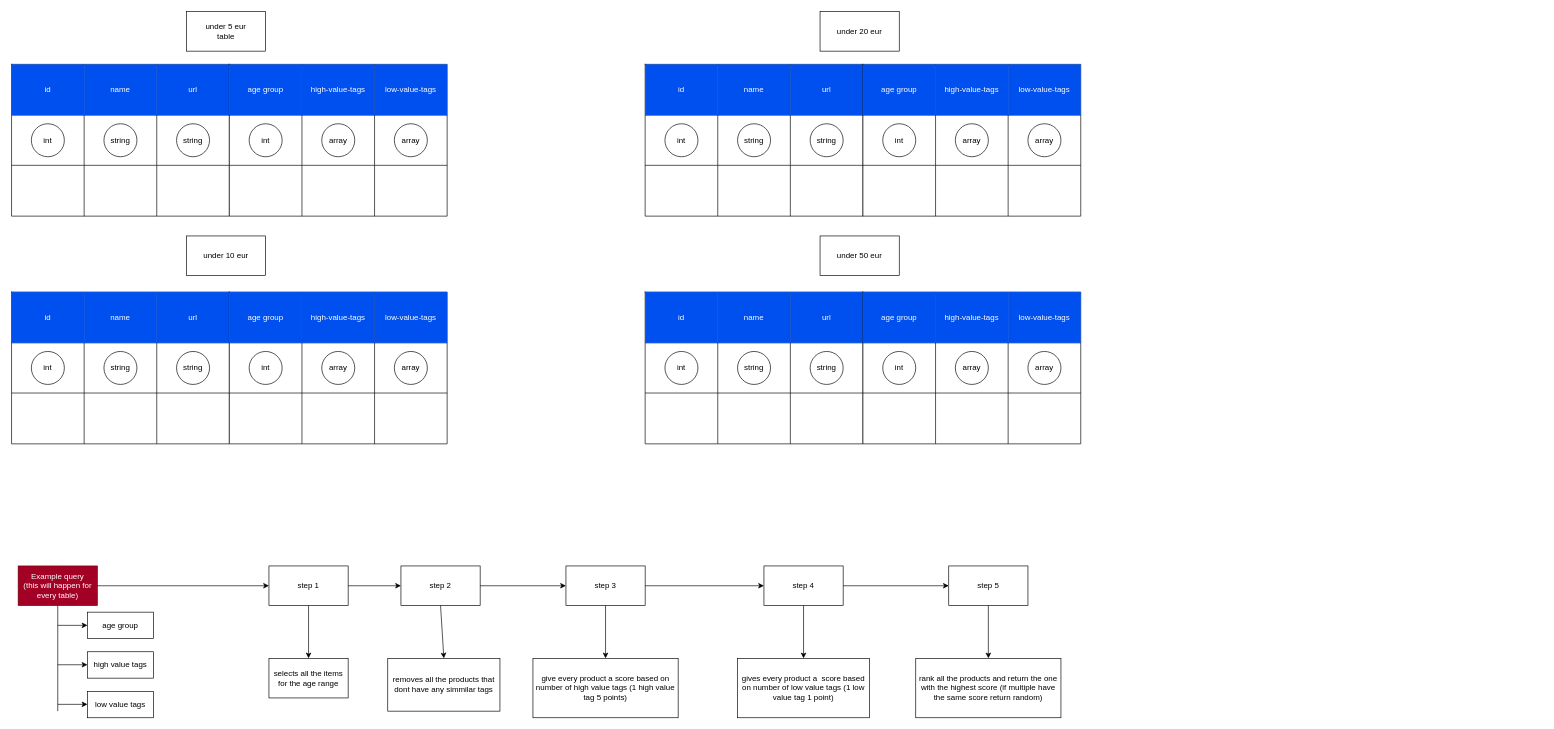
Above: backend/db-model.drawio in smravec/presents-finder (draw.io), before the change. Source tidied: cells renumbered, new cells numbered last; positions are measured from the earlier drawing's top-left corner, leaving out a move shared by most shapes. Both pictures are drawn from the tidied source at 66%, with x=0, y=0 at pixel (11, 11).
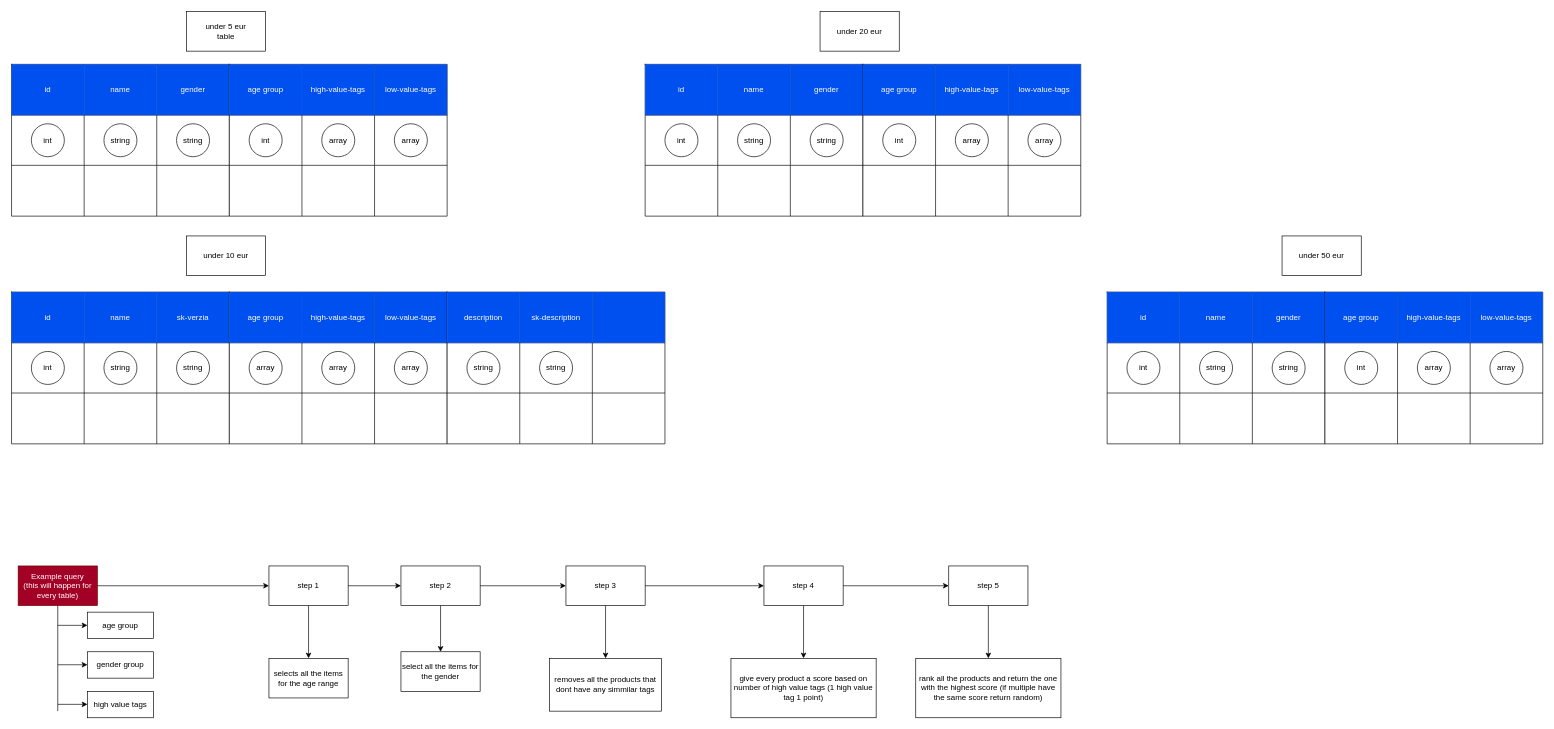
The same diagram, later.

Unchanged cells that the change refers to:
```xml
<mxCell id="5" style="shape=tableRow;horizontal=0;startSize=0;swimlaneHead=0;swimlaneBody=0;top=0;left=0;bottom=0;right=0;fillColor=none;" parent="4" vertex="1">
  <mxGeometry width="330" height="77" as="geometry" />
</mxCell>
<mxCell id="17" style="shape=table;html=1;whiteSpace=wrap;startSize=0;childLayout=tableLayout;" parent="1" vertex="1">
  <mxGeometry x="330" y="425" width="330" height="230" as="geometry" />
</mxCell>
<mxCell id="39" value="step 2" style="rounded=0;whiteSpace=wrap;html=1;" parent="1" vertex="1">
  <mxGeometry x="590" y="840" width="120" height="60" as="geometry" />
</mxCell>
<mxCell id="46" value="step 3" style="rounded=0;whiteSpace=wrap;html=1;" parent="1" vertex="1">
  <mxGeometry x="840" y="840" width="120" height="60" as="geometry" />
</mxCell>
<mxCell id="51" style="shape=tableRow;horizontal=0;startSize=0;swimlaneHead=0;swimlaneBody=0;top=0;left=0;bottom=0;right=0;fillColor=none;" parent="50" vertex="1">
  <mxGeometry width="330" height="77" as="geometry" />
</mxCell>
<mxCell id="90" style="shape=tableRow;horizontal=0;startSize=0;swimlaneHead=0;swimlaneBody=0;top=0;left=0;bottom=0;right=0;fillColor=none;" parent="89" vertex="1">
  <mxGeometry width="330" height="77" as="geometry" />
</mxCell>
<mxCell id="122" style="shape=tableRow;horizontal=0;startSize=0;swimlaneHead=0;swimlaneBody=0;top=0;left=0;bottom=0;right=0;fillColor=none;" parent="121" vertex="1">
  <mxGeometry width="330" height="77" as="geometry" />
</mxCell>
<mxCell id="154" value="step 4" style="rounded=0;whiteSpace=wrap;html=1;" parent="1" vertex="1">
  <mxGeometry x="1140" y="840" width="120" height="60" as="geometry" />
</mxCell>
```

Change to the diagram source:
```diff
@@
-    <mxCell id="8" value="url" style="shape=partialRectangle;html=1;whiteSpace=wrap;fillColor=#0050ef;top=0;left=0;bottom=0;right=0;overflow=hidden;fontColor=#ffffff;strokeColor=#001DBC;" parent="5" vertex="1">
+    <mxCell id="8" value="sk-verzia" style="shape=partialRectangle;html=1;whiteSpace=wrap;fillColor=#0050ef;top=0;left=0;bottom=0;right=0;overflow=hidden;fontColor=#ffffff;strokeColor=#001DBC;" parent="5" vertex="1">
       <mxGeometry x="220" width="110" height="77" as="geometry" />
     </mxCell>
@@
-    <mxCell id="26" style="shape=tableRow;horizontal=0;startSize=0;swimlaneHead=0;swimlaneBody=0;top=0;left=0;bottom=0;right=0;fillColor=none;" parent="17" vertex="1">
+    <mxCell id="26" style="shape=tableRow;horizontal=0;startSize=0;swimlaneHead=0;swimlaneBody=0;top=0;left=0;bottom=0;right=0;fillColor=none;arcSize=15;" parent="17" vertex="1">
       <mxGeometry y="153" width="330" height="77" as="geometry" />
     </mxCell>
@@
-    <mxCell id="33" value="int" style="ellipse;whiteSpace=wrap;html=1;" parent="1" vertex="1">
+    <mxCell id="33" value="array" style="ellipse;whiteSpace=wrap;html=1;" parent="1" vertex="1">
       <mxGeometry x="360" y="515" width="50" height="50" as="geometry" />
     </mxCell>
@@
     <mxCell id="41" value="removes all the products that dont have any simmilar tags" style="rounded=0;whiteSpace=wrap;html=1;" parent="1" vertex="1">
-      <mxGeometry x="570" y="980" width="170" height="80" as="geometry" />
+      <mxGeometry x="815" y="980" width="170" height="80" as="geometry" />
     </mxCell>
@@
-    <mxCell id="44" style="endArrow=classic;html=1;entryX=0.5;entryY=0;entryDx=0;entryDy=0;exitX=0.5;exitY=1;exitDx=0;exitDy=0;" parent="1" edge="1" source="39" target="41">
-      <mxGeometry relative="1" as="geometry" />
+    <mxCell id="44" style="endArrow=classic;html=1;exitX=0.5;exitY=1;exitDx=0;exitDy=0;" parent="1" edge="1" source="39">
+      <mxGeometry relative="1" as="geometry">
+        <mxPoint x="650" y="970" as="targetPoint" />
+      </mxGeometry>
     </mxCell>
@@
-    <mxCell id="47" value="give every product a score based on number of high value tags (1 high value tag 5 points)" style="rounded=0;whiteSpace=wrap;html=1;" parent="1" vertex="1">
-      <mxGeometry x="790" y="980" width="220" height="90" as="geometry" />
+    <mxCell id="47" value="give every product a score based on number of high value tags (1 high value tag 1 point)" style="rounded=0;whiteSpace=wrap;html=1;" parent="1" vertex="1">
+      <mxGeometry x="1090" y="980" width="220" height="90" as="geometry" />
     </mxCell>
     <mxCell id="48" value="under 50 eur" style="rounded=0;whiteSpace=wrap;html=1;" parent="1" vertex="1">
-      <mxGeometry x="1225" y="340" width="120" height="60" as="geometry" />
+      <mxGeometry x="1925" y="340" width="120" height="60" as="geometry" />
     </mxCell>
@@
     <mxCell id="50" style="shape=table;html=1;whiteSpace=wrap;startSize=0;childLayout=tableLayout;" parent="1" vertex="1">
-      <mxGeometry x="960" y="425" width="330" height="230" as="geometry" />
+      <mxGeometry x="1660" y="425" width="330" height="230" as="geometry" />
     </mxCell>
@@
-    <mxCell id="54" value="url" style="shape=partialRectangle;html=1;whiteSpace=wrap;fillColor=#0050ef;top=0;left=0;bottom=0;right=0;overflow=hidden;fontColor=#ffffff;strokeColor=#001DBC;" parent="51" vertex="1">
+    <mxCell id="54" value="gender" style="shape=partialRectangle;html=1;whiteSpace=wrap;fillColor=#0050ef;top=0;left=0;bottom=0;right=0;overflow=hidden;fontColor=#ffffff;strokeColor=#001DBC;" parent="51" vertex="1">
       <mxGeometry x="220" width="110" height="77" as="geometry" />
     </mxCell>
@@
     <mxCell id="63" style="shape=table;html=1;whiteSpace=wrap;startSize=0;childLayout=tableLayout;" parent="1" vertex="1">
-      <mxGeometry x="1290" y="425" width="330" height="230" as="geometry" />
+      <mxGeometry x="1990" y="425" width="330" height="230" as="geometry" />
     </mxCell>
@@
     <mxCell id="76" value="int" style="ellipse;whiteSpace=wrap;html=1;" parent="1" vertex="1">
-      <mxGeometry x="990" y="515" width="50" height="50" as="geometry" />
+      <mxGeometry x="1690" y="515" width="50" height="50" as="geometry" />
     </mxCell>
     <mxCell id="77" value="string" style="ellipse;whiteSpace=wrap;html=1;" parent="1" vertex="1">
-      <mxGeometry x="1100" y="515" width="50" height="50" as="geometry" />
+      <mxGeometry x="1800" y="515" width="50" height="50" as="geometry" />
     </mxCell>
     <mxCell id="78" value="string" style="ellipse;whiteSpace=wrap;html=1;" parent="1" vertex="1">
-      <mxGeometry x="1210" y="515" width="50" height="50" as="geometry" />
+      <mxGeometry x="1910" y="515" width="50" height="50" as="geometry" />
     </mxCell>
     <mxCell id="79" value="int" style="ellipse;whiteSpace=wrap;html=1;" parent="1" vertex="1">
-      <mxGeometry x="1320" y="515" width="50" height="50" as="geometry" />
+      <mxGeometry x="2020" y="515" width="50" height="50" as="geometry" />
     </mxCell>
     <mxCell id="80" value="array" style="ellipse;whiteSpace=wrap;html=1;" parent="1" vertex="1">
-      <mxGeometry x="1430" y="515" width="50" height="50" as="geometry" />
+      <mxGeometry x="2130" y="515" width="50" height="50" as="geometry" />
     </mxCell>
     <mxCell id="81" value="array" style="ellipse;whiteSpace=wrap;html=1;" parent="1" vertex="1">
-      <mxGeometry x="1540" y="515" width="50" height="50" as="geometry" />
+      <mxGeometry x="2240" y="515" width="50" height="50" as="geometry" />
     </mxCell>
@@
     <mxCell id="84" value="high value tags" style="rounded=0;whiteSpace=wrap;html=1;" parent="1" vertex="1">
-      <mxGeometry x="115" y="970" width="100" height="40" as="geometry" />
+      <mxGeometry x="115" y="1030" width="100" height="40" as="geometry" />
     </mxCell>
-    <mxCell id="85" value="low value tags" style="rounded=0;whiteSpace=wrap;html=1;" parent="1" vertex="1">
-      <mxGeometry x="115" y="1030" width="100" height="40" as="geometry" />
+    <mxCell id="85" value="gender group" style="rounded=0;whiteSpace=wrap;html=1;" parent="1" vertex="1">
+      <mxGeometry x="115" y="970" width="100" height="40" as="geometry" />
     </mxCell>
@@
-    <mxCell id="93" value="url" style="shape=partialRectangle;html=1;whiteSpace=wrap;fillColor=#0050ef;top=0;left=0;bottom=0;right=0;overflow=hidden;fontColor=#ffffff;strokeColor=#001DBC;" parent="90" vertex="1">
+    <mxCell id="93" value="gender" style="shape=partialRectangle;html=1;whiteSpace=wrap;fillColor=#0050ef;top=0;left=0;bottom=0;right=0;overflow=hidden;fontColor=#ffffff;strokeColor=#001DBC;" parent="90" vertex="1">
       <mxGeometry x="220" width="110" height="77" as="geometry" />
     </mxCell>
@@
-    <mxCell id="125" value="url" style="shape=partialRectangle;html=1;whiteSpace=wrap;fillColor=#0050ef;top=0;left=0;bottom=0;right=0;overflow=hidden;fontColor=#ffffff;strokeColor=#001DBC;" parent="122" vertex="1">
+    <mxCell id="125" value="gender" style="shape=partialRectangle;html=1;whiteSpace=wrap;fillColor=#0050ef;top=0;left=0;bottom=0;right=0;overflow=hidden;fontColor=#ffffff;strokeColor=#001DBC;" parent="122" vertex="1">
       <mxGeometry x="220" width="110" height="77" as="geometry" />
     </mxCell>
@@
-    <mxCell id="153" style="endArrow=classic;html=1;exitX=0.5;exitY=1;exitDx=0;exitDy=0;entryX=0.5;entryY=0;entryDx=0;entryDy=0;" parent="1" edge="1" source="46" target="47">
-      <mxGeometry relative="1" as="geometry" />
+    <mxCell id="153" style="endArrow=classic;html=1;exitX=0.5;exitY=1;exitDx=0;exitDy=0;" parent="1" edge="1" source="46">
+      <mxGeometry relative="1" as="geometry">
+        <mxPoint x="900" y="980" as="targetPoint" />
+      </mxGeometry>
     </mxCell>
@@
-    <mxCell id="155" value="gives every product a&amp;nbsp; score based on number of low value tags (1 low value tag 1 point)" style="rounded=0;whiteSpace=wrap;html=1;" parent="1" vertex="1">
-      <mxGeometry x="1100" y="980" width="200" height="90" as="geometry" />
-    </mxCell>
-    <mxCell id="156" style="endArrow=classic;html=1;exitX=0.5;exitY=1;exitDx=0;exitDy=0;entryX=0.5;entryY=0;entryDx=0;entryDy=0;" parent="1" edge="1" source="154" target="155">
-      <mxGeometry relative="1" as="geometry" />
+    <mxCell id="156" style="endArrow=classic;html=1;exitX=0.5;exitY=1;exitDx=0;exitDy=0;entryX=0.5;entryY=0;entryDx=0;entryDy=0;" parent="1" edge="1" source="154">
+      <mxGeometry relative="1" as="geometry">
+        <mxPoint x="1200" y="980" as="targetPoint" />
+      </mxGeometry>
     </mxCell>
@@
+    <mxCell id="162" value="select all the items for the gender" style="rounded=0;whiteSpace=wrap;html=1;" parent="1" vertex="1">
+      <mxGeometry x="590" y="970" width="120" height="60" as="geometry" />
+    </mxCell>
+    <mxCell id="163" style="shape=table;html=1;whiteSpace=wrap;startSize=0;childLayout=tableLayout;" parent="1" vertex="1">
+      <mxGeometry x="660" y="425" width="330" height="230" as="geometry" />
+    </mxCell>
+    <mxCell id="164" style="shape=tableRow;horizontal=0;startSize=0;swimlaneHead=0;swimlaneBody=0;top=0;left=0;bottom=0;right=0;fillColor=none;" parent="163" vertex="1">
+      <mxGeometry width="330" height="77" as="geometry" />
+    </mxCell>
+    <mxCell id="165" value="description" style="shape=partialRectangle;html=1;whiteSpace=wrap;fillColor=#0050ef;top=0;left=0;bottom=0;right=0;overflow=hidden;fontColor=#ffffff;strokeColor=#001DBC;" parent="164" vertex="1">
+      <mxGeometry width="110" height="77" as="geometry" />
+    </mxCell>
+    <mxCell id="166" value="sk-description" style="shape=partialRectangle;html=1;whiteSpace=wrap;fillColor=#0050ef;top=0;left=0;bottom=0;right=0;overflow=hidden;fontColor=#ffffff;strokeColor=#001DBC;" parent="164" vertex="1">
+      <mxGeometry x="110" width="110" height="77" as="geometry" />
+    </mxCell>
+    <mxCell id="167" style="shape=partialRectangle;html=1;whiteSpace=wrap;fillColor=#0050ef;top=0;left=0;bottom=0;right=0;overflow=hidden;fontColor=#ffffff;strokeColor=#001DBC;" parent="164" vertex="1">
+      <mxGeometry x="220" width="110" height="77" as="geometry" />
+    </mxCell>
+    <mxCell id="168" style="shape=tableRow;horizontal=0;startSize=0;swimlaneHead=0;swimlaneBody=0;top=0;left=0;bottom=0;right=0;fillColor=none;" parent="163" vertex="1">
+      <mxGeometry y="77" width="330" height="76" as="geometry" />
+    </mxCell>
+    <mxCell id="169" style="shape=partialRectangle;html=1;whiteSpace=wrap;fillColor=none;top=0;left=0;bottom=0;right=0;overflow=hidden;" parent="168" vertex="1">
+      <mxGeometry width="110" height="76" as="geometry" />
+    </mxCell>
+    <mxCell id="170" style="shape=partialRectangle;html=1;whiteSpace=wrap;fillColor=none;top=0;left=0;bottom=0;right=0;overflow=hidden;" parent="168" vertex="1">
+      <mxGeometry x="110" width="110" height="76" as="geometry" />
+    </mxCell>
+    <mxCell id="171" style="shape=partialRectangle;html=1;whiteSpace=wrap;fillColor=none;top=0;left=0;bottom=0;right=0;overflow=hidden;" parent="168" vertex="1">
+      <mxGeometry x="220" width="110" height="76" as="geometry" />
+    </mxCell>
+    <mxCell id="172" style="shape=tableRow;horizontal=0;startSize=0;swimlaneHead=0;swimlaneBody=0;top=0;left=0;bottom=0;right=0;fillColor=none;arcSize=15;" parent="163" vertex="1">
+      <mxGeometry y="153" width="330" height="77" as="geometry" />
+    </mxCell>
+    <mxCell id="173" style="shape=partialRectangle;html=1;whiteSpace=wrap;fillColor=none;top=0;left=0;bottom=0;right=0;overflow=hidden;" parent="172" vertex="1">
+      <mxGeometry width="110" height="77" as="geometry" />
+    </mxCell>
+    <mxCell id="174" style="shape=partialRectangle;html=1;whiteSpace=wrap;fillColor=none;top=0;left=0;bottom=0;right=0;overflow=hidden;" parent="172" vertex="1">
+      <mxGeometry x="110" width="110" height="77" as="geometry" />
+    </mxCell>
+    <mxCell id="175" style="shape=partialRectangle;html=1;whiteSpace=wrap;fillColor=none;top=0;left=0;bottom=0;right=0;overflow=hidden;" parent="172" vertex="1">
+      <mxGeometry x="220" width="110" height="77" as="geometry" />
+    </mxCell>
+    <mxCell id="176" value="string" style="ellipse;whiteSpace=wrap;html=1;" parent="1" vertex="1">
+      <mxGeometry x="690" y="515" width="50" height="50" as="geometry" />
+    </mxCell>
+    <mxCell id="177" value="string" style="ellipse;whiteSpace=wrap;html=1;" parent="1" vertex="1">
+      <mxGeometry x="800" y="515" width="50" height="50" as="geometry" />
+    </mxCell>
```
